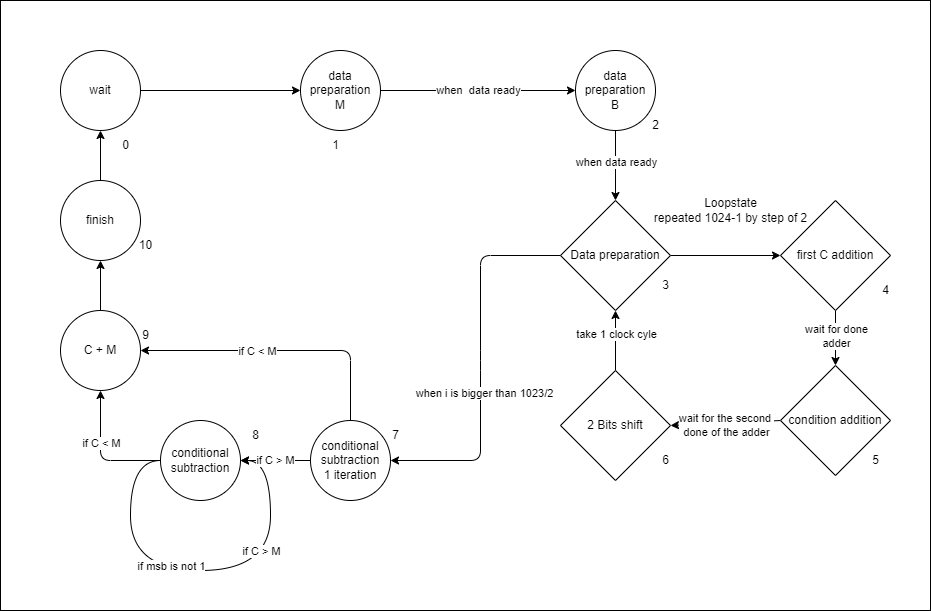
This is fsm.png from Tfloow/Montgomery, a draw.io export, as it was before one commit. Source tidied: cells renumbered, new cells last; positions are measured from the earlier drawing's top-left corner, leaving out a move shared by most shapes.
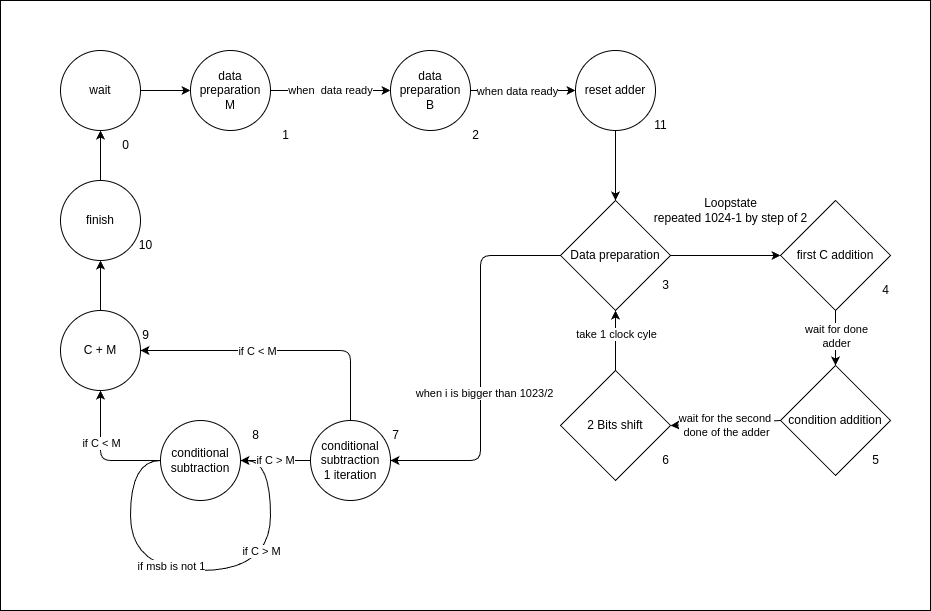
After the commit.

Commit message:
One adder finally

The edit, as a diff of the source:
```diff
@@ -15,16 +15,16 @@
       <mxGeometry relative="1" as="geometry" />
     </mxCell>
     <mxCell id="6" value="data preparation&lt;br&gt;M" style="ellipse;whiteSpace=wrap;html=1;" parent="1" vertex="1">
-      <mxGeometry x="300" y="50" width="80" height="80" as="geometry" />
+      <mxGeometry x="190" y="50" width="80" height="80" as="geometry" />
     </mxCell>
-    <mxCell id="7" style="edgeStyle=none;html=1;entryX=0.5;entryY=0;entryDx=0;entryDy=0;" parent="1" edge="1" source="9" target="34">
+    <mxCell id="7" style="edgeStyle=none;html=1;entryX=0;entryY=0.5;entryDx=0;entryDy=0;" parent="1" edge="1" source="9" target="50">
       <mxGeometry relative="1" as="geometry" />
     </mxCell>
     <mxCell id="8" value="when data ready" style="edgeLabel;html=1;align=center;verticalAlign=middle;" parent="7" vertex="1">
       <mxGeometry x="-0.12" relative="1" as="geometry" />
     </mxCell>
     <mxCell id="9" value="data preparation &lt;br&gt;B" style="ellipse;whiteSpace=wrap;html=1;" parent="1" vertex="1">
-      <mxGeometry x="575" y="50" width="80" height="80" as="geometry" />
+      <mxGeometry x="390" y="50" width="80" height="80" as="geometry" />
     </mxCell>
     <mxCell id="10" style="edgeStyle=none;html=1;" parent="1" edge="1" source="15">
       <mxGeometry relative="1" as="geometry">
@@ -114,10 +114,10 @@
       <mxGeometry x="110" y="130" width="30" height="30" as="geometry" />
     </mxCell>
     <mxCell id="31" value="1" style="text;html=1;align=center;verticalAlign=middle;strokeColor=none;fillColor=none;" parent="1" vertex="1">
-      <mxGeometry x="320" y="130" width="30" height="30" as="geometry" />
+      <mxGeometry x="270" y="120" width="30" height="30" as="geometry" />
     </mxCell>
     <mxCell id="32" value="2" style="text;html=1;align=center;verticalAlign=middle;strokeColor=none;fillColor=none;" parent="1" vertex="1">
-      <mxGeometry x="640" y="110" width="30" height="30" as="geometry" />
+      <mxGeometry x="460" y="120" width="30" height="30" as="geometry" />
     </mxCell>
     <mxCell id="33" style="edgeStyle=none;html=1;entryX=0;entryY=0.5;entryDx=0;entryDy=0;" parent="1" edge="1" source="34" target="22">
       <mxGeometry relative="1" as="geometry" />
@@ -171,5 +171,14 @@
     <mxCell id="48" value="10" style="text;html=1;align=center;verticalAlign=middle;strokeColor=none;fillColor=none;" parent="1" vertex="1">
       <mxGeometry x="125" y="230" width="40" height="30" as="geometry" />
     </mxCell>
+    <mxCell id="49" style="edgeStyle=none;html=1;entryX=0.5;entryY=0;entryDx=0;entryDy=0;" parent="1" edge="1" source="50" target="34">
+      <mxGeometry relative="1" as="geometry" />
+    </mxCell>
+    <mxCell id="50" value="reset adder" style="ellipse;whiteSpace=wrap;html=1;" parent="1" vertex="1">
+      <mxGeometry x="575" y="50" width="80" height="80" as="geometry" />
+    </mxCell>
+    <mxCell id="51" value="11" style="text;html=1;align=center;verticalAlign=middle;strokeColor=none;fillColor=none;" parent="1" vertex="1">
+      <mxGeometry x="640" y="110" width="40" height="30" as="geometry" />
+    </mxCell>
   </root>
 </mxGraphModel>
```
